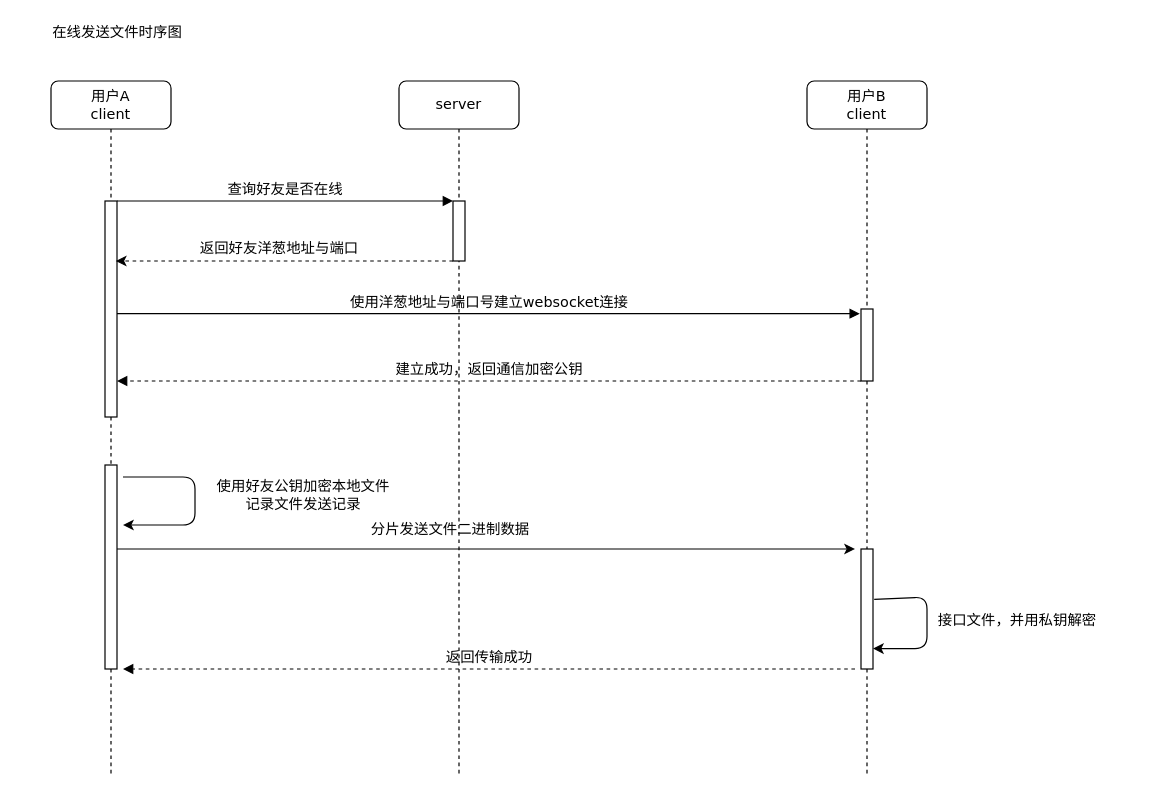
Earlier version of the draw.io diagram Untitled Diagram.drawio (Whistle1988/code). Source tidied: cells renumbered, new cells numbered last; positions are measured from the earlier drawing's top-left corner, leaving out a move shared by most shapes. Both pictures are drawn from the tidied source at 120%, with x=0, y=0 at pixel (44, 20).
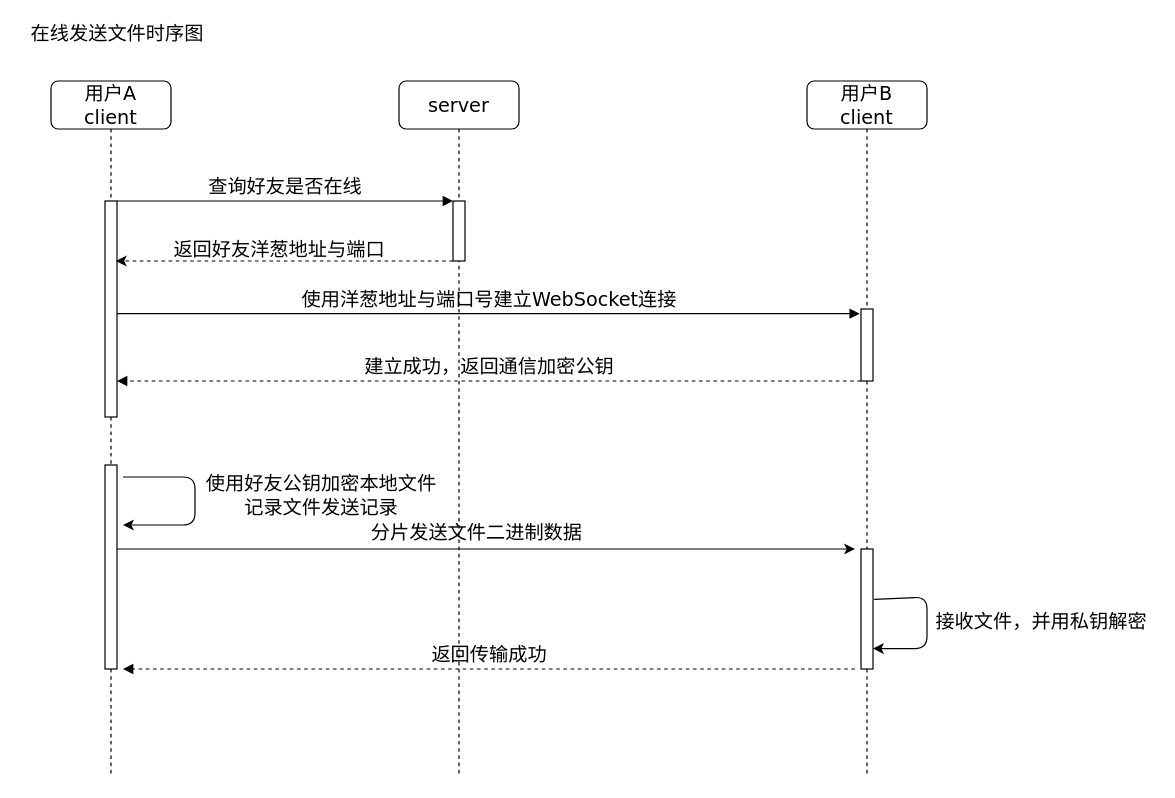
The same diagram, later.

The edit, as a diff of the source:
```diff
@@
-    <mxCell id="2" value="server" style="shape=umlLifeline;perimeter=lifelinePerimeter;whiteSpace=wrap;html=1;rounded=1;shadow=0;comic=0;labelBackgroundColor=none;strokeWidth=1;fontFamily=Verdana;fontSize=12;align=center;" parent="1" vertex="1">
+    <mxCell id="2" value="server" style="shape=umlLifeline;perimeter=lifelinePerimeter;whiteSpace=wrap;html=1;rounded=1;shadow=0;comic=0;labelBackgroundColor=none;strokeWidth=1;fontFamily=Verdana;fontSize=16;align=center;" parent="1" vertex="1">
       <mxGeometry x="295" y="50" width="100" height="580" as="geometry" />
     </mxCell>
-    <mxCell id="3" style="html=1;points=[];perimeter=orthogonalPerimeter;rounded=0;shadow=0;comic=0;labelBackgroundColor=none;strokeWidth=1;fontFamily=Verdana;fontSize=12;align=center;" parent="2" vertex="1">
+    <mxCell id="3" style="html=1;points=[];perimeter=orthogonalPerimeter;rounded=0;shadow=0;comic=0;labelBackgroundColor=none;strokeWidth=1;fontFamily=Verdana;fontSize=16;align=center;" parent="2" vertex="1">
       <mxGeometry x="45" y="100" width="10" height="50" as="geometry" />
     </mxCell>
-    <mxCell id="4" value="用户B&lt;br&gt;client" style="shape=umlLifeline;perimeter=lifelinePerimeter;whiteSpace=wrap;html=1;rounded=1;shadow=0;comic=0;labelBackgroundColor=none;strokeWidth=1;fontFamily=Verdana;fontSize=12;align=center;" parent="1" vertex="1">
+    <mxCell id="4" value="用户B&lt;br style=&quot;font-size: 16px;&quot;&gt;client" style="shape=umlLifeline;perimeter=lifelinePerimeter;whiteSpace=wrap;html=1;rounded=1;shadow=0;comic=0;labelBackgroundColor=none;strokeWidth=1;fontFamily=Verdana;fontSize=16;align=center;" parent="1" vertex="1">
       <mxGeometry x="635" y="50" width="100" height="580" as="geometry" />
     </mxCell>
-    <mxCell id="5" style="html=1;points=[];perimeter=orthogonalPerimeter;rounded=0;shadow=0;comic=0;labelBackgroundColor=none;strokeWidth=1;fontFamily=Verdana;fontSize=12;align=center;" parent="4" vertex="1">
+    <mxCell id="5" style="html=1;points=[];perimeter=orthogonalPerimeter;rounded=0;shadow=0;comic=0;labelBackgroundColor=none;strokeWidth=1;fontFamily=Verdana;fontSize=16;align=center;" parent="4" vertex="1">
       <mxGeometry x="45" y="190" width="10" height="60" as="geometry" />
     </mxCell>
-    <mxCell id="6" style="html=1;points=[];perimeter=orthogonalPerimeter;rounded=0;shadow=0;comic=0;labelBackgroundColor=none;strokeWidth=1;fontFamily=Verdana;fontSize=12;align=center;" parent="4" vertex="1">
+    <mxCell id="6" style="html=1;points=[];perimeter=orthogonalPerimeter;rounded=0;shadow=0;comic=0;labelBackgroundColor=none;strokeWidth=1;fontFamily=Verdana;fontSize=16;align=center;" parent="4" vertex="1">
       <mxGeometry x="45" y="390" width="10" height="100" as="geometry" />
     </mxCell>
-    <mxCell id="7" style="endArrow=classic;html=1;exitX=1.1;exitY=0.42;exitDx=0;exitDy=0;exitPerimeter=0;entryX=1;entryY=0.83;entryDx=0;entryDy=0;entryPerimeter=0;" parent="4" edge="1" source="6" target="6">
+    <mxCell id="7" style="endArrow=classic;html=1;exitX=1.1;exitY=0.42;exitDx=0;exitDy=0;exitPerimeter=0;entryX=1;entryY=0.83;entryDx=0;entryDy=0;entryPerimeter=0;fontSize=16;" parent="4" edge="1" source="6" target="6">
       <mxGeometry relative="1" as="geometry">
         <Array as="points">
           <mxPoint x="100" y="430" />
           <mxPoint x="100" y="473" />
         </Array>
       </mxGeometry>
     </mxCell>
-    <mxCell id="8" value="用户A&lt;br&gt;client" style="shape=umlLifeline;perimeter=lifelinePerimeter;whiteSpace=wrap;html=1;rounded=1;shadow=0;comic=0;labelBackgroundColor=none;strokeWidth=1;fontFamily=Verdana;fontSize=12;align=center;" parent="1" vertex="1">
+    <mxCell id="8" value="用户A&lt;br style=&quot;font-size: 16px;&quot;&gt;client" style="shape=umlLifeline;perimeter=lifelinePerimeter;whiteSpace=wrap;html=1;rounded=1;shadow=0;comic=0;labelBackgroundColor=none;strokeWidth=1;fontFamily=Verdana;fontSize=16;align=center;" parent="1" vertex="1">
       <mxGeometry x="5" y="50" width="100" height="580" as="geometry" />
     </mxCell>
-    <mxCell id="9" style="html=1;points=[];perimeter=orthogonalPerimeter;rounded=0;shadow=0;comic=0;labelBackgroundColor=none;strokeWidth=1;fontFamily=Verdana;fontSize=12;align=center;" parent="8" vertex="1">
+    <mxCell id="9" style="html=1;points=[];perimeter=orthogonalPerimeter;rounded=0;shadow=0;comic=0;labelBackgroundColor=none;strokeWidth=1;fontFamily=Verdana;fontSize=16;align=center;" parent="8" vertex="1">
       <mxGeometry x="45" y="100" width="10" height="180" as="geometry" />
     </mxCell>
-    <mxCell id="10" style="html=1;points=[];perimeter=orthogonalPerimeter;rounded=0;shadow=0;comic=0;labelBackgroundColor=none;strokeWidth=1;fontFamily=Verdana;fontSize=12;align=center;" parent="8" vertex="1">
+    <mxCell id="10" style="html=1;points=[];perimeter=orthogonalPerimeter;rounded=0;shadow=0;comic=0;labelBackgroundColor=none;strokeWidth=1;fontFamily=Verdana;fontSize=16;align=center;" parent="8" vertex="1">
       <mxGeometry x="45" y="320" width="10" height="170" as="geometry" />
     </mxCell>
-    <mxCell id="11" value="使用洋葱地址与端口号建立websocket连接" style="html=1;verticalAlign=bottom;endArrow=block;entryX=-0.1;entryY=0.065;labelBackgroundColor=none;fontFamily=Verdana;fontSize=12;entryDx=0;entryDy=0;entryPerimeter=0;" parent="1" edge="1" source="9" target="5">
+    <mxCell id="11" value="使用洋葱地址与端口号建立WebSocket连接" style="html=1;verticalAlign=bottom;endArrow=block;entryX=-0.1;entryY=0.065;labelBackgroundColor=none;fontFamily=Verdana;fontSize=16;entryDx=0;entryDy=0;entryPerimeter=0;" parent="1" edge="1" source="9" target="5">
       <mxGeometry relative="1" as="geometry" />
     </mxCell>
-    <mxCell id="12" value="查询好友是否在线" style="html=1;verticalAlign=bottom;endArrow=block;entryX=0;entryY=0;labelBackgroundColor=none;fontFamily=Verdana;fontSize=12;edgeStyle=elbowEdgeStyle;elbow=vertical;" parent="1" edge="1" source="9" target="3">
+    <mxCell id="12" value="查询好友是否在线" style="html=1;verticalAlign=bottom;endArrow=block;entryX=0;entryY=0;labelBackgroundColor=none;fontFamily=Verdana;fontSize=16;edgeStyle=elbowEdgeStyle;elbow=vertical;" parent="1" edge="1" source="9" target="3">
       <mxGeometry relative="1" as="geometry" />
     </mxCell>
-    <mxCell id="13" value="在线发送文件时序图" style="text;html=1;align=center;verticalAlign=middle;" parent="1" vertex="1">
-      <mxGeometry width="120" height="20" as="geometry" />
+    <mxCell id="13" value="在线发送文件时序图" style="text;html=1;align=center;verticalAlign=middle;fontSize=16;" parent="1" vertex="1">
+      <mxGeometry x="-20" width="160" height="20" as="geometry" />
     </mxCell>
-    <mxCell id="14" style="edgeStyle=orthogonalEdgeStyle;rounded=0;jettySize=auto;html=1;dashed=1;" parent="1" edge="1" source="3">
+    <mxCell id="14" style="edgeStyle=orthogonalEdgeStyle;rounded=0;jettySize=auto;html=1;dashed=1;fontSize=16;" parent="1" edge="1" source="3">
       <mxGeometry relative="1" as="geometry">
         <mxPoint x="59" y="200" as="targetPoint" />
         <Array as="points">
           <mxPoint x="285" y="200" />
           <mxPoint x="285" y="200" />
         </Array>
       </mxGeometry>
     </mxCell>
-    <mxCell id="15" value="返回好友洋葱地址与端口" style="text;html=1;align=center;verticalAlign=middle;" parent="1" vertex="1">
-      <mxGeometry x="120" y="180" width="150" height="20" as="geometry" />
+    <mxCell id="15" value="返回好友洋葱地址与端口" style="text;html=1;align=center;verticalAlign=middle;fontSize=16;" parent="1" vertex="1">
+      <mxGeometry x="100" y="180" width="190" height="20" as="geometry" />
     </mxCell>
-    <mxCell id="16" value="建立成功，返回通信加密公钥" style="html=1;verticalAlign=bottom;endArrow=block;labelBackgroundColor=none;fontFamily=Verdana;fontSize=12;exitX=0;exitY=1;exitDx=0;exitDy=0;exitPerimeter=0;dashed=1;" parent="1" edge="1" source="5" target="9">
+    <mxCell id="16" value="建立成功，返回通信加密公钥" style="html=1;verticalAlign=bottom;endArrow=block;labelBackgroundColor=none;fontFamily=Verdana;fontSize=16;exitX=0;exitY=1;exitDx=0;exitDy=0;exitPerimeter=0;dashed=1;" parent="1" edge="1" source="5" target="9">
       <mxGeometry relative="1" as="geometry" />
     </mxCell>
-    <mxCell id="17" style="endArrow=classic;html=1;" parent="1" edge="1">
+    <mxCell id="17" style="endArrow=classic;html=1;fontSize=16;" parent="1" edge="1">
       <mxGeometry relative="1" as="geometry">
         <mxPoint x="65" y="380" as="sourcePoint" />
         <mxPoint x="65" y="420" as="targetPoint" />
         <Array as="points">
           <mxPoint x="125" y="380" />
           <mxPoint x="125" y="420" />
         </Array>
       </mxGeometry>
     </mxCell>
-    <mxCell id="18" value="使用好友公钥加密本地文件&lt;br&gt;记录文件发送记录" style="text;html=1;align=center;verticalAlign=middle;" parent="1" vertex="1">
-      <mxGeometry x="135" y="380" width="160" height="30" as="geometry" />
+    <mxCell id="18" value="使用好友公钥加密本地文件&lt;br style=&quot;font-size: 16px;&quot;&gt;记录文件发送记录" style="text;html=1;align=center;verticalAlign=middle;fontSize=16;" parent="1" vertex="1">
+      <mxGeometry x="125" y="375" width="210" height="40" as="geometry" />
     </mxCell>
-    <mxCell id="19" style="endArrow=classic;html=1;" parent="1" edge="1" source="10">
+    <mxCell id="19" style="endArrow=classic;html=1;fontSize=16;" parent="1" edge="1" source="10">
       <mxGeometry relative="1" as="geometry">
         <mxPoint x="675" y="440" as="targetPoint" />
       </mxGeometry>
     </mxCell>
-    <mxCell id="20" value="&lt;div style=&quot;text-align: center&quot;&gt;&lt;span&gt;&lt;font face=&quot;verdana&quot;&gt;分片发送文件二进制数据&lt;/font&gt;&lt;/span&gt;&lt;/div&gt;" style="text;whiteSpace=wrap;html=1;" parent="1" vertex="1">
+    <mxCell id="20" value="&lt;div style=&quot;text-align: center; font-size: 16px;&quot;&gt;&lt;span style=&quot;font-size: 16px;&quot;&gt;&lt;font face=&quot;verdana&quot; style=&quot;font-size: 16px;&quot;&gt;分片发送文件二进制数据&lt;/font&gt;&lt;/span&gt;&lt;/div&gt;" style="text;whiteSpace=wrap;html=1;fontSize=16;" parent="1" vertex="1">
       <mxGeometry x="270" y="410" width="260" height="30" as="geometry" />
     </mxCell>
-    <mxCell id="21" value="接口文件，并用私钥解密" style="text;html=1;align=center;verticalAlign=middle;" parent="1" vertex="1">
-      <mxGeometry x="735" y="490" width="150" height="20" as="geometry" />
+    <mxCell id="21" value="接收文件，并用私钥解密" style="text;html=1;align=center;verticalAlign=middle;fontSize=16;" parent="1" vertex="1">
+      <mxGeometry x="735" y="490" width="190" height="20" as="geometry" />
     </mxCell>
-    <mxCell id="22" value="返回传输成功" style="html=1;verticalAlign=bottom;endArrow=block;labelBackgroundColor=none;fontFamily=Verdana;fontSize=12;exitX=0;exitY=1;exitDx=0;exitDy=0;exitPerimeter=0;dashed=1;" parent="1" edge="1">
+    <mxCell id="22" value="返回传输成功" style="html=1;verticalAlign=bottom;endArrow=block;labelBackgroundColor=none;fontFamily=Verdana;fontSize=16;exitX=0;exitY=1;exitDx=0;exitDy=0;exitPerimeter=0;dashed=1;" parent="1" edge="1">
       <mxGeometry relative="1" as="geometry">
         <mxPoint x="675" y="540" as="sourcePoint" />
         <mxPoint x="65" y="540" as="targetPoint" />
       </mxGeometry>
     </mxCell>
```
